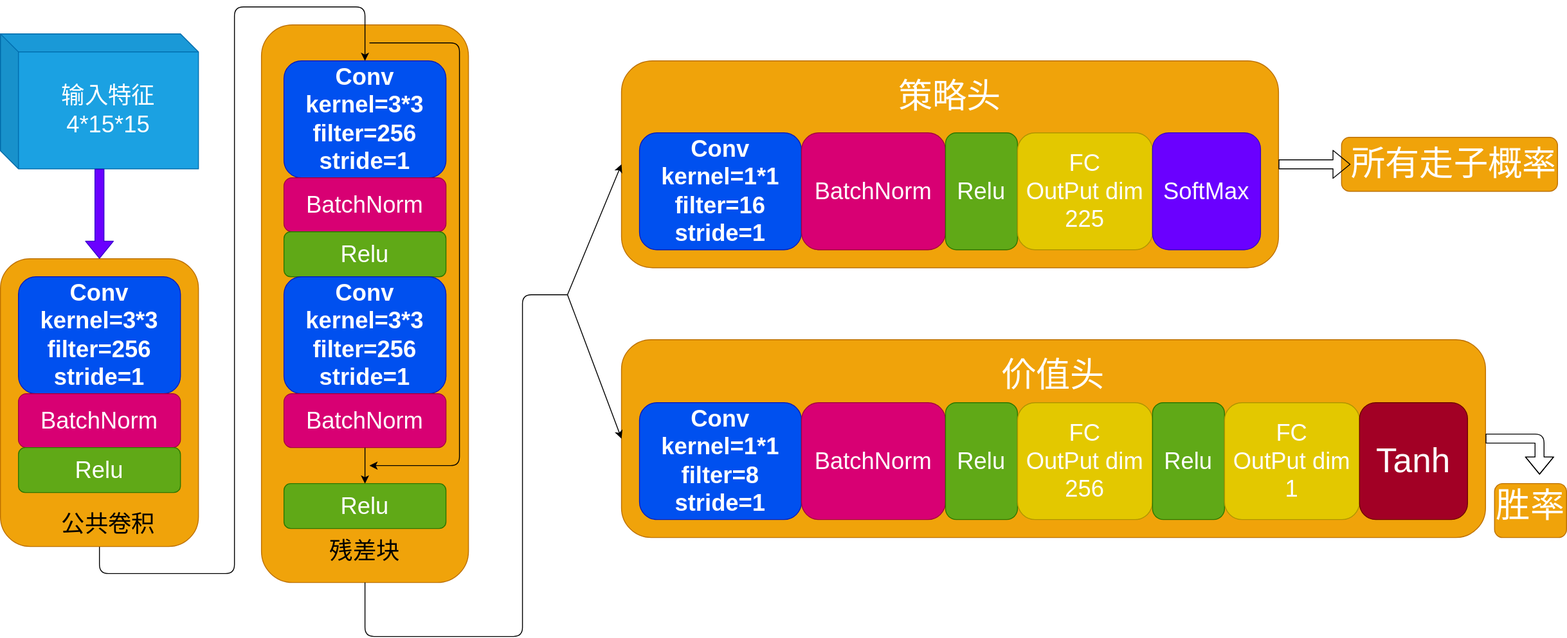
CloudSwordSage/gobang keeps this draw.io diagram as info/net.drawio.svg. Above is the earlier version. Source tidied: cells renumbered, new cells last; positions are measured from the earlier drawing's top-left corner, leaving out a move shared by most shapes.
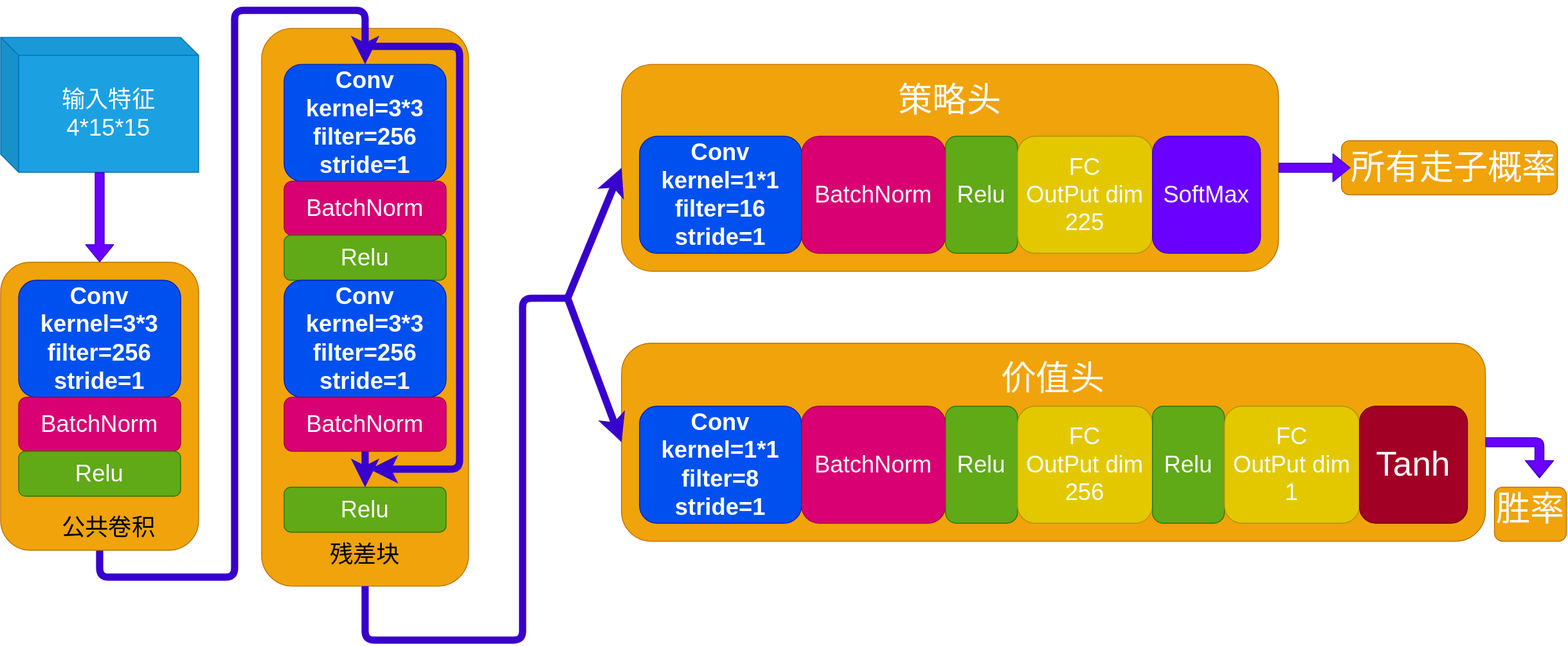
After the commit.

The edit, as a diff of the source:
```diff
@@ -11,7 +11,7 @@
     <mxCell id="4" style="rounded=1;whiteSpace=wrap;html=1;fontSize=26;fillColor=#f0a30a;fontColor=#000000;strokeColor=#BD7000;" parent="1" vertex="1">
       <mxGeometry x="290" y="20" width="230" height="620" as="geometry" />
     </mxCell>
-    <mxCell id="5" style="edgeStyle=orthogonalEdgeStyle;html=1;exitX=0.5;exitY=1;exitDx=0;exitDy=0;fontSize=26;entryX=0.5;entryY=0;entryDx=0;entryDy=0;" parent="1" edge="1" source="6" target="13">
+    <mxCell id="5" style="edgeStyle=orthogonalEdgeStyle;html=1;exitX=0.5;exitY=1;exitDx=0;exitDy=0;fontSize=26;entryX=0.5;entryY=0;entryDx=0;entryDy=0;fillColor=#6a00ff;strokeColor=#3700CC;strokeWidth=8;" parent="1" edge="1" source="6" target="13">
       <mxGeometry relative="1" as="geometry">
         <Array as="points">
           <mxPoint x="110" y="630" />
@@ -54,7 +54,7 @@
     <mxCell id="16" value="&lt;b style=&quot;font-size: 26px;&quot;&gt;Conv &lt;br&gt;kernel=3*3&lt;br&gt;filter=256&lt;br&gt;stride=1&lt;/b&gt;" style="rounded=1;whiteSpace=wrap;html=1;fillColor=#0050ef;fontColor=#ffffff;strokeColor=#001DBC;" parent="1" vertex="1">
       <mxGeometry x="315" y="300" width="180" height="130" as="geometry" />
     </mxCell>
-    <mxCell id="17" style="edgeStyle=orthogonalEdgeStyle;html=1;exitX=0.5;exitY=1;exitDx=0;exitDy=0;entryX=0.5;entryY=0;entryDx=0;entryDy=0;fontSize=26;" parent="1" edge="1" source="18" target="19">
+    <mxCell id="17" style="edgeStyle=orthogonalEdgeStyle;html=1;exitX=0.5;exitY=1;exitDx=0;exitDy=0;entryX=0.5;entryY=0;entryDx=0;entryDy=0;fontSize=26;fillColor=#6a00ff;strokeColor=#3700CC;strokeWidth=8;" parent="1" edge="1" source="18" target="19">
       <mxGeometry relative="1" as="geometry" />
     </mxCell>
     <mxCell id="18" value="&lt;span style=&quot;color: rgb(255, 255, 255);&quot;&gt;BatchNorm&lt;/span&gt;" style="rounded=1;whiteSpace=wrap;html=1;fontSize=26;fillColor=#d80073;fontColor=#ffffff;strokeColor=#A50040;" parent="1" vertex="1">
@@ -63,7 +63,7 @@
     <mxCell id="19" value="Relu" style="rounded=1;whiteSpace=wrap;html=1;fontSize=26;fillColor=#60a917;fontColor=#ffffff;strokeColor=#2D7600;" parent="1" vertex="1">
       <mxGeometry x="315" y="530" width="180" height="50" as="geometry" />
     </mxCell>
-    <mxCell id="20" style="edgeStyle=orthogonalEdgeStyle;orthogonalLoop=1;jettySize=auto;html=1;fontSize=26;" parent="1" edge="1">
+    <mxCell id="20" style="edgeStyle=orthogonalEdgeStyle;orthogonalLoop=1;jettySize=auto;html=1;fontSize=26;fillColor=#6a00ff;strokeColor=#3700CC;strokeWidth=8;" parent="1" edge="1">
       <mxGeometry relative="1" as="geometry">
         <mxPoint x="410" y="40" as="sourcePoint" />
         <mxPoint x="410" y="510" as="targetPoint" />
@@ -76,7 +76,7 @@
     <mxCell id="21" value="残差块" style="text;html=1;strokeColor=none;fillColor=none;align=center;verticalAlign=middle;whiteSpace=wrap;rounded=0;fontSize=26;" parent="1" vertex="1">
       <mxGeometry x="360" y="590" width="90" height="30" as="geometry" />
     </mxCell>
-    <mxCell id="22" style="edgeStyle=orthogonalEdgeStyle;jettySize=auto;html=1;fontSize=26;exitX=0.5;exitY=1;exitDx=0;exitDy=0;endArrow=none;endFill=0;" parent="1" edge="1" source="4">
+    <mxCell id="22" style="edgeStyle=orthogonalEdgeStyle;jettySize=auto;html=1;fontSize=26;exitX=0.5;exitY=1;exitDx=0;exitDy=0;endArrow=none;endFill=0;fillColor=#6a00ff;strokeColor=#3700CC;strokeWidth=8;" parent="1" edge="1" source="4">
       <mxGeometry relative="1" as="geometry">
         <mxPoint x="630" y="320" as="targetPoint" />
         <Array as="points">
@@ -92,12 +92,12 @@
     <mxCell id="24" style="rounded=1;whiteSpace=wrap;html=1;fontSize=26;fillColor=#f0a30a;fontColor=#000000;strokeColor=#BD7000;" parent="1" vertex="1">
       <mxGeometry x="690" y="370" width="960" height="220" as="geometry" />
     </mxCell>
-    <mxCell id="25" style="edgeStyle=none;jettySize=auto;html=1;fontSize=26;endArrow=classic;endFill=1;entryX=0;entryY=0.5;entryDx=0;entryDy=0;" parent="1" edge="1" target="23">
+    <mxCell id="25" style="edgeStyle=none;jettySize=auto;html=1;fontSize=26;endArrow=classic;endFill=1;entryX=0;entryY=0.5;entryDx=0;entryDy=0;fillColor=#6a00ff;strokeColor=#3700CC;strokeWidth=8;" parent="1" edge="1" target="23">
       <mxGeometry relative="1" as="geometry">
         <mxPoint x="630" y="320" as="sourcePoint" />
       </mxGeometry>
     </mxCell>
-    <mxCell id="26" style="edgeStyle=none;jettySize=auto;html=1;fontSize=26;endArrow=classic;endFill=1;entryX=0;entryY=0.5;entryDx=0;entryDy=0;" parent="1" edge="1" target="24">
+    <mxCell id="26" style="edgeStyle=none;jettySize=auto;html=1;fontSize=26;endArrow=classic;endFill=1;entryX=0;entryY=0.5;entryDx=0;entryDy=0;fillColor=#6a00ff;strokeColor=#3700CC;strokeWidth=8;" parent="1" edge="1" target="24">
       <mxGeometry relative="1" as="geometry">
         <mxPoint x="630" y="320" as="sourcePoint" />
       </mxGeometry>
@@ -141,7 +141,7 @@
     <mxCell id="39" value="Tanh" style="rounded=1;whiteSpace=wrap;html=1;fontSize=38;fontColor=#ffffff;fillColor=#a20025;strokeColor=#6F0000;" parent="1" vertex="1">
       <mxGeometry x="1510" y="440" width="120" height="130" as="geometry" />
     </mxCell>
-    <mxCell id="40" style="shape=flexArrow;endArrow=classic;html=1;fontSize=38;fontColor=#FFFFFF;exitX=1;exitY=0.5;exitDx=0;exitDy=0;" parent="1" edge="1" source="23">
+    <mxCell id="40" style="shape=flexArrow;endArrow=classic;html=1;fontSize=38;fontColor=#FFFFFF;exitX=1;exitY=0.5;exitDx=0;exitDy=0;fillColor=#6a00ff;strokeColor=#3700CC;" parent="1" edge="1" source="23">
       <mxGeometry relative="1" as="geometry">
         <mxPoint x="1500" y="175" as="targetPoint" />
       </mxGeometry>
@@ -149,7 +149,7 @@
     <mxCell id="41" value="所有走子概率" style="text;html=1;strokeColor=none;fillColor=none;align=center;verticalAlign=middle;whiteSpace=wrap;rounded=0;fontSize=38;fontColor=#FFFFFF;" parent="1" vertex="1">
       <mxGeometry x="1490" y="160" width="250" height="30" as="geometry" />
     </mxCell>
-    <mxCell id="42" style="shape=flexArrow;endArrow=classic;html=1;fontSize=38;fontColor=#FFFFFF;exitX=1;exitY=0.5;exitDx=0;exitDy=0;edgeStyle=orthogonalEdgeStyle;" parent="1" edge="1" source="24">
+    <mxCell id="42" style="shape=flexArrow;endArrow=classic;html=1;fontSize=38;fontColor=#FFFFFF;exitX=1;exitY=0.5;exitDx=0;exitDy=0;edgeStyle=orthogonalEdgeStyle;fillColor=#6a00ff;strokeColor=#3700CC;" parent="1" edge="1" source="24">
       <mxGeometry relative="1" as="geometry">
         <mxPoint x="1710" y="520" as="targetPoint" />
         <Array as="points">
```
